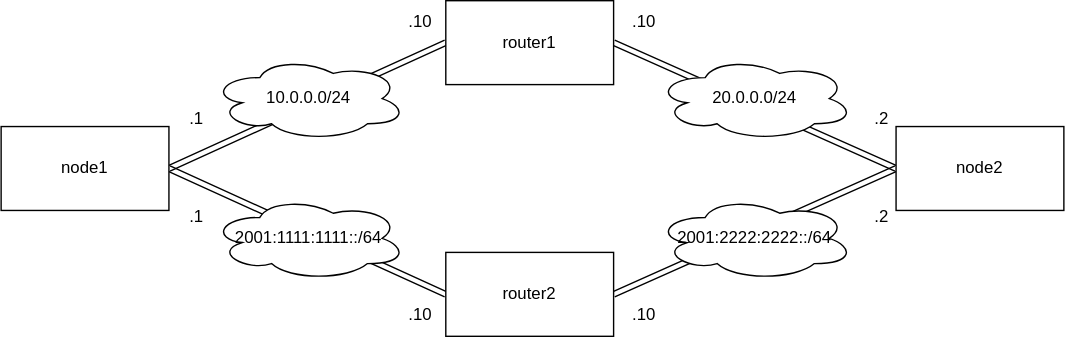
Before: Test-Infrastracture/Docker/docker-and-ipcmd_example/topology.drawio.svg, a diagram exported from draw.io (shin-ch13/network-lab). Source tidied: cells renumbered, new cells last; positions are measured from the earlier drawing's top-left corner, leaving out a move shared by most shapes.
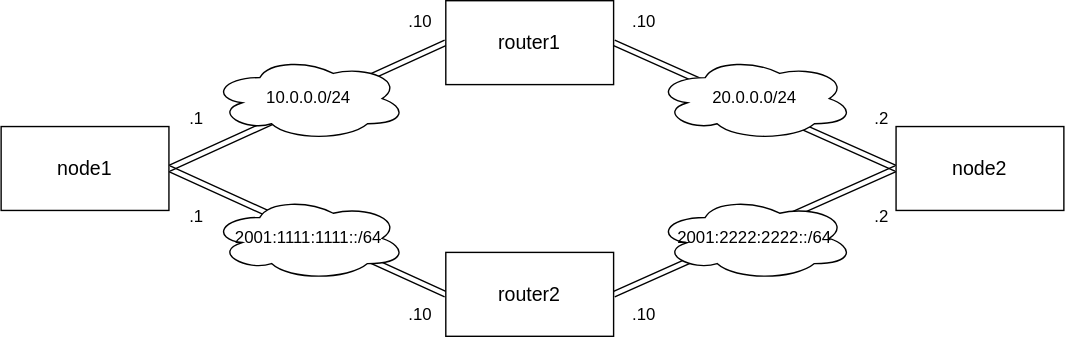
After the commit.

What changed in the source:
```diff
@@ -8,22 +8,22 @@
     <mxCell id="3" style="edgeStyle=none;shape=link;html=1;exitX=1;exitY=0.5;exitDx=0;exitDy=0;entryX=0;entryY=0.5;entryDx=0;entryDy=0;strokeColor=#000000;" parent="1" edge="1" source="4" target="8">
       <mxGeometry relative="1" as="geometry" />
     </mxCell>
-    <mxCell id="4" value="node1" style="rounded=0;whiteSpace=wrap;html=1;" parent="1" vertex="1">
+    <mxCell id="4" value="node1" style="rounded=0;whiteSpace=wrap;html=1;fontSize=14;" parent="1" vertex="1">
       <mxGeometry y="90" width="120" height="60" as="geometry" />
     </mxCell>
     <mxCell id="5" style="edgeStyle=none;shape=link;html=1;exitX=1;exitY=0.5;exitDx=0;exitDy=0;entryX=0;entryY=0.5;entryDx=0;entryDy=0;strokeColor=#000000;" parent="1" edge="1" source="6" target="9">
       <mxGeometry relative="1" as="geometry" />
     </mxCell>
-    <mxCell id="6" value="router1" style="rounded=0;whiteSpace=wrap;html=1;" parent="1" vertex="1">
+    <mxCell id="6" value="router1" style="rounded=0;whiteSpace=wrap;html=1;fontSize=14;" parent="1" vertex="1">
       <mxGeometry x="318" width="120" height="60" as="geometry" />
     </mxCell>
     <mxCell id="7" style="edgeStyle=none;shape=link;html=1;exitX=1;exitY=0.5;exitDx=0;exitDy=0;entryX=0;entryY=0.5;entryDx=0;entryDy=0;strokeColor=#000000;" parent="1" edge="1" source="8" target="9">
       <mxGeometry relative="1" as="geometry" />
     </mxCell>
-    <mxCell id="8" value="router2" style="rounded=0;whiteSpace=wrap;html=1;" parent="1" vertex="1">
+    <mxCell id="8" value="router2" style="rounded=0;whiteSpace=wrap;html=1;fontSize=14;" parent="1" vertex="1">
       <mxGeometry x="318" y="180" width="120" height="60" as="geometry" />
     </mxCell>
-    <mxCell id="9" value="node2" style="rounded=0;whiteSpace=wrap;html=1;" parent="1" vertex="1">
+    <mxCell id="9" value="node2" style="rounded=0;whiteSpace=wrap;html=1;fontSize=14;" parent="1" vertex="1">
       <mxGeometry x="640" y="90" width="120" height="60" as="geometry" />
     </mxCell>
     <mxCell id="10" value="10.0.0.0/24" style="ellipse;shape=cloud;whiteSpace=wrap;html=1;" parent="1" vertex="1">
```
